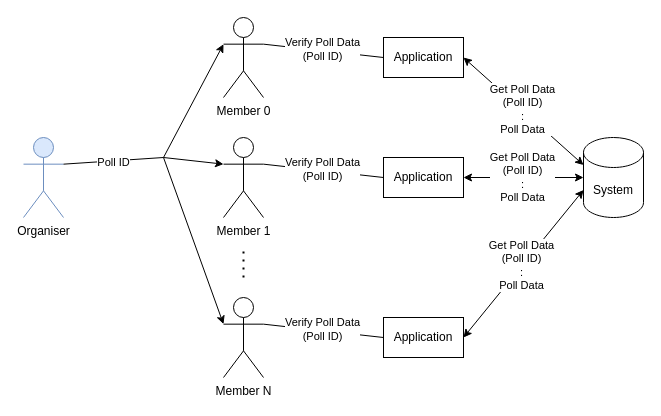
Earlier version of the draw.io diagram page "Page-5" (5 of 9) of docs/diag2.drawio (Dataram57/zkVoting). Source tidied: cells renumbered, new cells numbered last; positions are measured from the earlier drawing's top-left corner, leaving out a move shared by most shapes. Both pictures are drawn from the tidied source at 100%, with x=0, y=0 at pixel (23, 17).
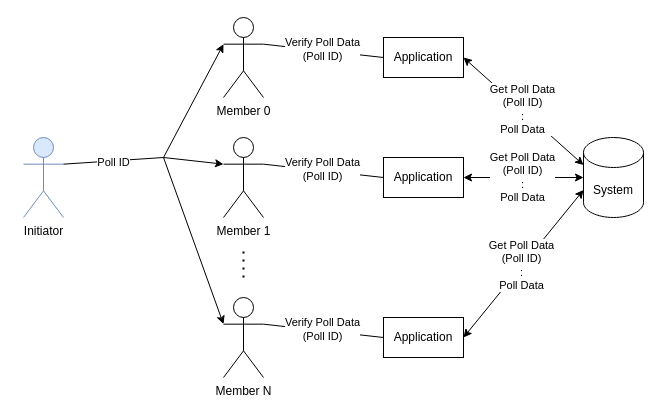
The same page after the edit.

Change to the diagram source:
```diff
@@
-    <mxCell id="6" value="Organiser" style="shape=umlActor;verticalLabelPosition=bottom;verticalAlign=top;html=1;outlineConnect=0;fillColor=#dae8fc;strokeColor=#6c8ebf;" parent="1" vertex="1">
+    <mxCell id="6" value="Initiator" style="shape=umlActor;verticalLabelPosition=bottom;verticalAlign=top;html=1;outlineConnect=0;fillColor=#dae8fc;strokeColor=#6c8ebf;" parent="1" vertex="1">
       <mxGeometry y="120" width="40" height="80" as="geometry" />
     </mxCell>
```
